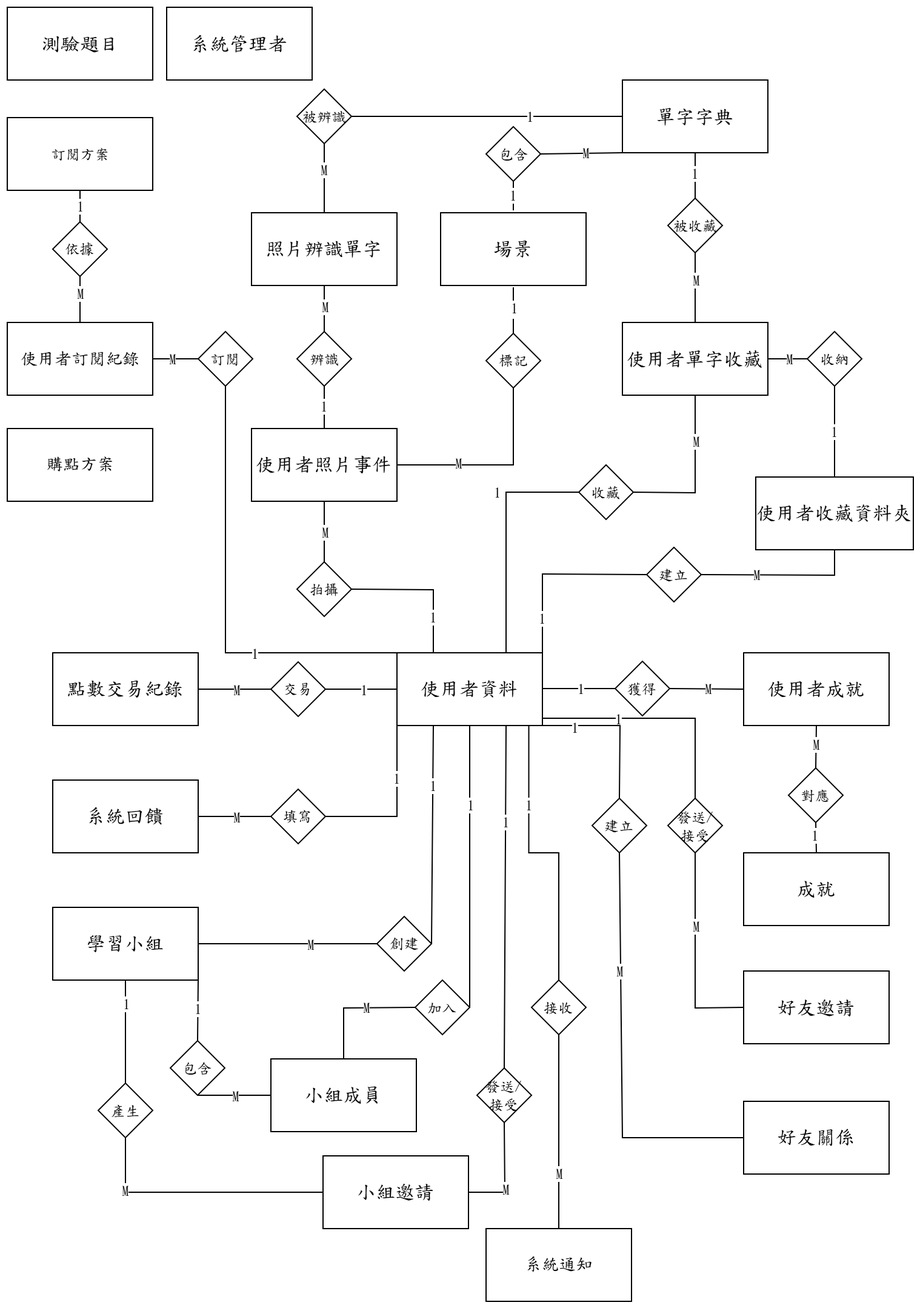
Earlier version of the draw.io export 系統文件/第7、8章/7-1 ERD.drawio.png (s22452007/115502). Source tidied: cells renumbered, new cells last; positions are measured from the earlier drawing's top-left corner, leaving out a move shared by most shapes.
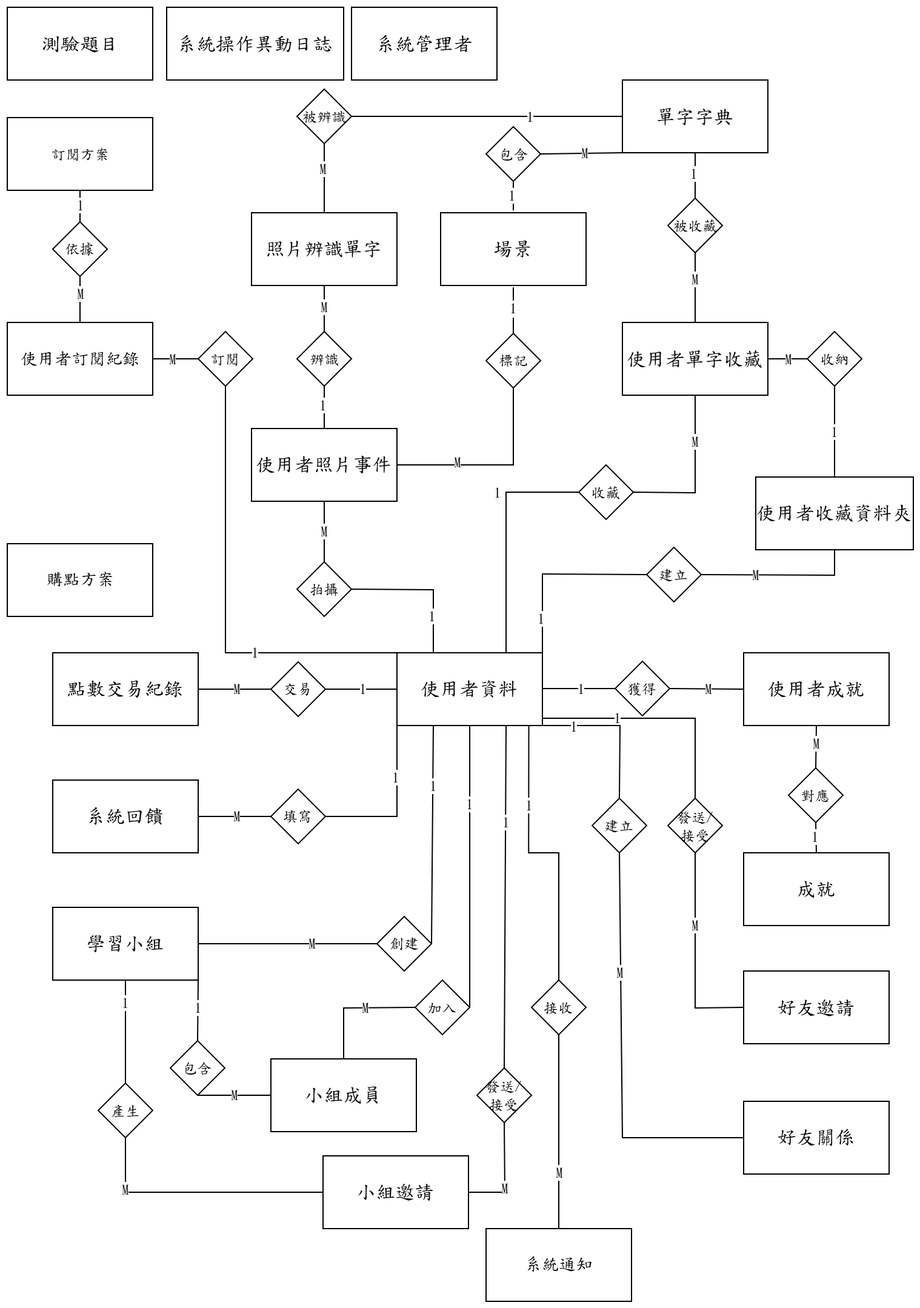
After the change.

What changed in the source:
```diff
@@ -543,7 +543,7 @@
       </mxGeometry>
     </mxCell>
     <mxCell id="136" value="&lt;span style=&quot;font-size: 14px;&quot;&gt;購點方案&lt;/span&gt;" style="rounded=0;whiteSpace=wrap;html=1;fontStyle=0;fontFamily=標楷體;" parent="1" vertex="1">
-      <mxGeometry x="0.5" y="348" width="120" height="60" as="geometry" />
+      <mxGeometry x="0.5" y="443" width="120" height="60" as="geometry" />
     </mxCell>
     <mxCell id="137" value="&lt;span style=&quot;font-size: 14px;&quot;&gt;系統通知&lt;/span&gt;" style="rounded=0;whiteSpace=wrap;html=1;fontStyle=0;fontFamily=標楷體;" parent="1" vertex="1">
       <mxGeometry x="395.5" y="1008" width="120" height="60" as="geometry" />
@@ -616,8 +616,11 @@
     <mxCell id="155" value="1" style="endArrow=none;html=1;rounded=0;exitX=0.5;exitY=0;exitDx=0;exitDy=0;entryX=0.5;entryY=1;entryDx=0;entryDy=0;fontStyle=0;fontFamily=標楷體;" parent="1" edge="1" source="152" target="150">
       <mxGeometry relative="1" as="geometry" />
     </mxCell>
-    <mxCell id="156" value="&lt;span style=&quot;font-size: 12pt;&quot;&gt;系統管理者&lt;/span&gt;" style="rounded=0;whiteSpace=wrap;html=1;fontStyle=0;fontFamily=標楷體;" parent="1" vertex="1">
-      <mxGeometry x="132" y="0.5" width="120" height="60" as="geometry" />
+    <mxCell id="156" value="&lt;span style=&quot;font-size: 12pt;&quot;&gt;系統操作異動日誌&lt;/span&gt;" style="rounded=0;whiteSpace=wrap;html=1;fontStyle=0;fontFamily=標楷體;" parent="1" vertex="1">
+      <mxGeometry x="132" y="0.5" width="146" height="60" as="geometry" />
     </mxCell>
+    <mxCell id="157" value="&lt;span style=&quot;font-size: 12pt;&quot;&gt;系統管理者&lt;/span&gt;" style="rounded=0;whiteSpace=wrap;html=1;fontStyle=0;fontFamily=標楷體;" parent="1" vertex="1">
+      <mxGeometry x="284.5" y="0.5" width="120" height="60" as="geometry" />
+    </mxCell>
   </root>
 </mxGraphModel>
```
